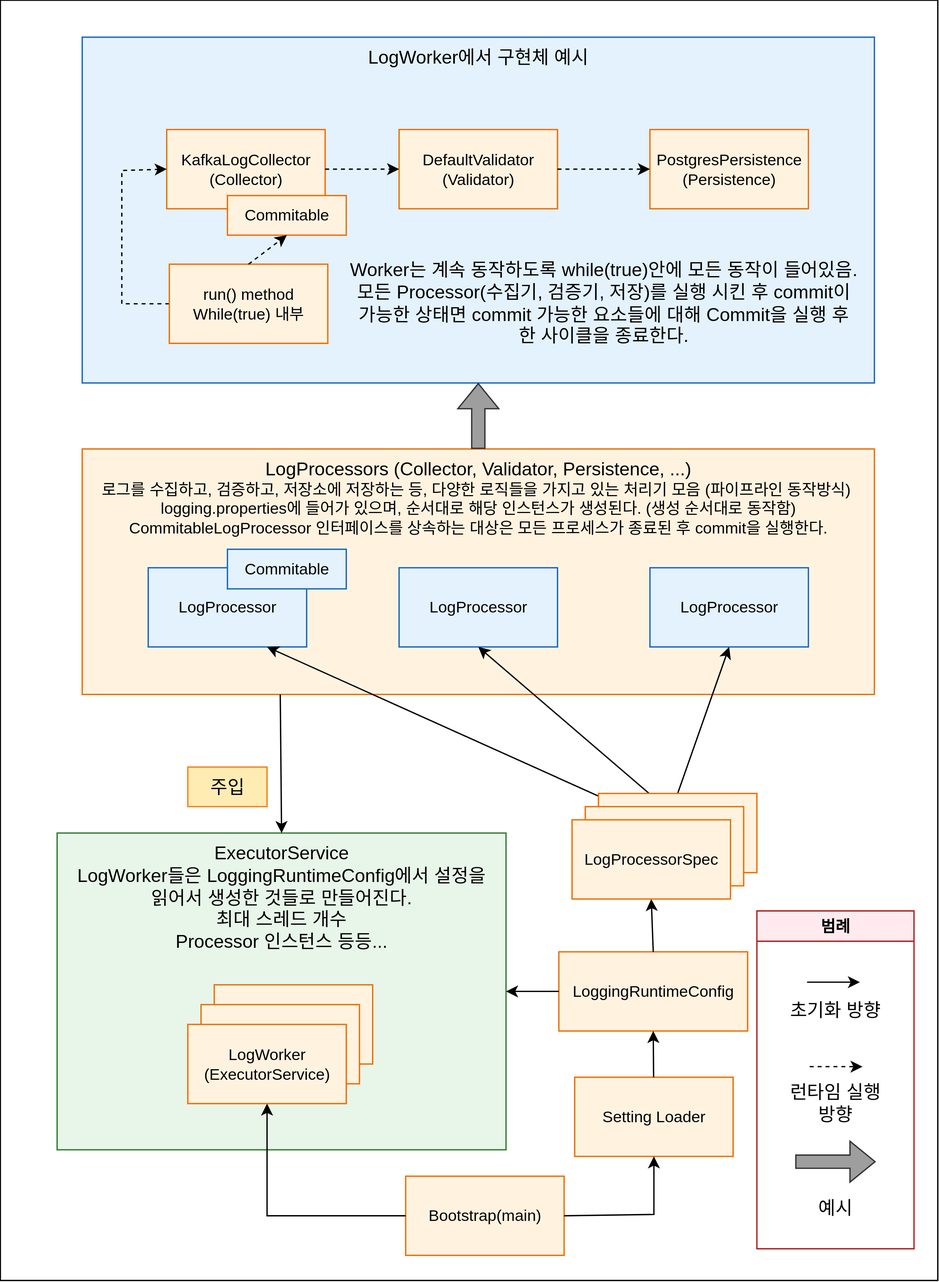
Above: docs/02. operational_docs/guide/development/logging-service/images/LoggingService구성도.drawio.svg in rihee1214/logstream-alert-system (draw.io), before the change. Source tidied: cells renumbered, new cells last; positions are measured from the earlier drawing's top-left corner, leaving out a move shared by most shapes.
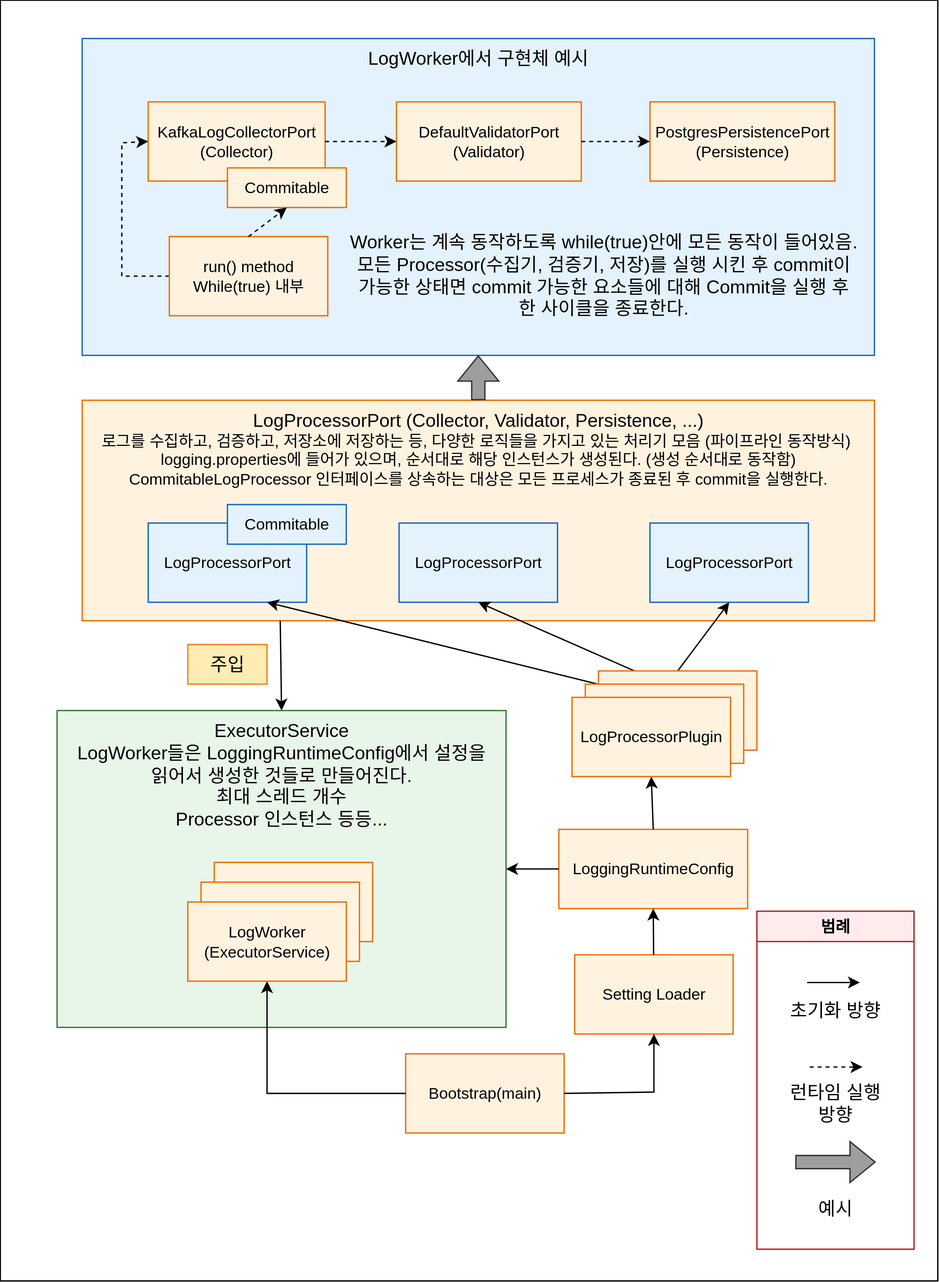
The same diagram one commit later.

Change to the diagram source:
```diff
@@ -6,33 +6,33 @@
       <mxGeometry width="710" height="970" as="geometry" />
     </mxCell>
     <mxCell id="3" value="&lt;font style=&quot;font-size: 14px;&quot;&gt;ExecutorService&lt;/font&gt;&lt;div&gt;&lt;font style=&quot;font-size: 14px;&quot;&gt;LogWorker들은 LoggingRuntimeConfig에서 설정을&lt;/font&gt;&lt;/div&gt;&lt;div&gt;&lt;font style=&quot;font-size: 14px;&quot;&gt;읽어서 생성한 것들로 만들어진다.&lt;br&gt;최대 스레드 개수&lt;br&gt;Processor 인스턴스 등등...&lt;/font&gt;&lt;/div&gt;" style="rounded=0;whiteSpace=wrap;html=1;verticalAlign=top;fontColor=light-dark(#000000,#000000);fillColor=light-dark(#E8F5E9,#E8F5E9);strokeColor=light-dark(#2E7D32,#2E7D32);" parent="1" vertex="1">
-      <mxGeometry x="43" y="631" width="340" height="240" as="geometry" />
+      <mxGeometry x="43" y="538" width="340" height="240" as="geometry" />
     </mxCell>
-    <mxCell id="4" value="&lt;font&gt;&lt;font style=&quot;&quot;&gt;&lt;font style=&quot;font-size: 14px;&quot;&gt;LogProcessors (Collector, Validator, Persistence, ...)&lt;/font&gt;&lt;br&gt;로그를 수집하고, 검증하고, 저장소에 저장하는 등, 다양한 로직들을 가지고 있는 처리기 모음&amp;nbsp;&lt;/font&gt;&lt;span style=&quot;background-color: transparent;&quot;&gt;(파이프라인 동작방식)&amp;nbsp;&lt;/span&gt;&lt;/font&gt;&lt;div&gt;&lt;font&gt;logging.properties에 들어가 있으며, 순서대로 해당 인스턴스가 생성된다.&amp;nbsp;&lt;/font&gt;&lt;span style=&quot;background-color: transparent;&quot;&gt;(생성 순서대로 동작함)&lt;/span&gt;&lt;/div&gt;&lt;div&gt;&lt;font&gt;CommitableLogProcessor 인터페이스를 상속하는 대상은 모든 프로세스가 종료된 후 commit을 실행한다.&lt;/font&gt;&lt;/div&gt;" style="rounded=0;whiteSpace=wrap;html=1;verticalAlign=top;fontColor=light-dark(#000000,#000000);fillColor=light-dark(#FFF3E0,#FFF3E0);strokeColor=light-dark(#EF6C00,#EF6C00);" parent="1" vertex="1">
-      <mxGeometry x="62" y="340" width="600" height="186" as="geometry" />
+    <mxCell id="4" value="&lt;font&gt;&lt;font style=&quot;&quot;&gt;&lt;font style=&quot;font-size: 14px;&quot;&gt;LogProcessorPort (Collector, Validator, Persistence, ...)&lt;/font&gt;&lt;br&gt;로그를 수집하고, 검증하고, 저장소에 저장하는 등, 다양한 로직들을 가지고 있는 처리기 모음&amp;nbsp;&lt;/font&gt;&lt;span style=&quot;background-color: transparent;&quot;&gt;(파이프라인 동작방식)&amp;nbsp;&lt;/span&gt;&lt;/font&gt;&lt;div&gt;&lt;font&gt;logging.properties에 들어가 있으며, 순서대로 해당 인스턴스가 생성된다.&amp;nbsp;&lt;/font&gt;&lt;span style=&quot;background-color: transparent;&quot;&gt;(생성 순서대로 동작함)&lt;/span&gt;&lt;/div&gt;&lt;div&gt;&lt;font&gt;CommitableLogProcessor 인터페이스를 상속하는 대상은 모든 프로세스가 종료된 후 commit을 실행한다.&lt;/font&gt;&lt;/div&gt;" style="rounded=0;whiteSpace=wrap;html=1;verticalAlign=top;fontColor=light-dark(#000000,#000000);fillColor=light-dark(#FFF3E0,#FFF3E0);strokeColor=light-dark(#EF6C00,#EF6C00);" parent="1" vertex="1">
+      <mxGeometry x="62" y="303" width="600" height="167" as="geometry" />
     </mxCell>
     <mxCell id="5" value="Bootstrap(main)" style="rounded=0;whiteSpace=wrap;html=1;fontColor=light-dark(#000000,#000000);fillColor=light-dark(#FFF3E0,#FFF3E0);strokeColor=light-dark(#EF6C00,#EF6C00);" parent="1" vertex="1">
-      <mxGeometry x="307" y="891" width="120" height="60" as="geometry" />
+      <mxGeometry x="307" y="798" width="120" height="60" as="geometry" />
     </mxCell>
     <mxCell id="6" value="Setting Loader" style="rounded=0;whiteSpace=wrap;html=1;fontColor=light-dark(#000000,#000000);fillColor=light-dark(#FFF3E0,#FFF3E0);strokeColor=light-dark(#EF6C00,#EF6C00);" parent="1" vertex="1">
-      <mxGeometry x="435" y="816" width="120" height="60" as="geometry" />
+      <mxGeometry x="435" y="723" width="120" height="60" as="geometry" />
     </mxCell>
     <mxCell id="7" style="endArrow=classic;html=1;rounded=0;exitX=1;exitY=0.5;exitDx=0;exitDy=0;entryX=0.5;entryY=1;entryDx=0;entryDy=0;fontColor=light-dark(#000000,#000000);strokeColor=light-dark(#000000,#000000);" parent="1" edge="1" source="5" target="6">
       <mxGeometry relative="1" as="geometry">
         <Array as="points">
-          <mxPoint x="495" y="920" />
+          <mxPoint x="495" y="827" />
         </Array>
       </mxGeometry>
     </mxCell>
     <mxCell id="8" style="endArrow=classic;html=1;rounded=0;entryX=0.5;entryY=1;entryDx=0;entryDy=0;exitX=0;exitY=0.5;exitDx=0;exitDy=0;fontColor=light-dark(#000000,#000000);strokeColor=light-dark(#000000,#000000);" parent="1" edge="1" source="5" target="44">
       <mxGeometry relative="1" as="geometry">
         <Array as="points">
-          <mxPoint x="202" y="921" />
+          <mxPoint x="202" y="828" />
         </Array>
       </mxGeometry>
     </mxCell>
     <mxCell id="9" value="LoggingRuntimeConfig" style="rounded=0;whiteSpace=wrap;html=1;fontColor=light-dark(#000000,#000000);fillColor=light-dark(#FFF3E0,#FFF3E0);strokeColor=light-dark(#EF6C00,#EF6C00);" parent="1" vertex="1">
-      <mxGeometry x="423" y="721" width="143" height="60" as="geometry" />
+      <mxGeometry x="423" y="628" width="143" height="60" as="geometry" />
     </mxCell>
     <mxCell id="10" style="endArrow=classic;html=1;rounded=0;entryX=0.5;entryY=1;entryDx=0;entryDy=0;fontColor=light-dark(#000000,#000000);strokeColor=light-dark(#000000,#000000);" parent="1" edge="1" source="6" target="9">
       <mxGeometry relative="1" as="geometry" />
@@ -40,14 +40,14 @@
     <mxCell id="11" style="endArrow=classic;html=1;rounded=0;entryX=0.5;entryY=1;entryDx=0;entryDy=0;exitX=0.5;exitY=0;exitDx=0;exitDy=0;fontColor=light-dark(#000000,#000000);strokeColor=light-dark(#000000,#000000);" parent="1" edge="1" source="9" target="47">
       <mxGeometry relative="1" as="geometry" />
     </mxCell>
-    <mxCell id="12" value="LogProcessor" style="rounded=0;whiteSpace=wrap;html=1;fontColor=light-dark(#000000,#000000);fillColor=light-dark(#E3F2FD,#E3F2FD);strokeColor=light-dark(#1565C0,#1565C0);" parent="1" vertex="1">
-      <mxGeometry x="492" y="430" width="120" height="60" as="geometry" />
+    <mxCell id="12" value="LogProcessorPort" style="rounded=0;whiteSpace=wrap;html=1;fontColor=light-dark(#000000,#000000);fillColor=light-dark(#E3F2FD,#E3F2FD);strokeColor=light-dark(#1565C0,#1565C0);" parent="1" vertex="1">
+      <mxGeometry x="492" y="396" width="120" height="60" as="geometry" />
     </mxCell>
-    <mxCell id="13" value="LogProcessor" style="rounded=0;whiteSpace=wrap;html=1;fontColor=light-dark(#000000,#000000);fillColor=light-dark(#E3F2FD,#E3F2FD);strokeColor=light-dark(#1565C0,#1565C0);" parent="1" vertex="1">
-      <mxGeometry x="302" y="430" width="120" height="60" as="geometry" />
+    <mxCell id="13" value="LogProcessorPort" style="rounded=0;whiteSpace=wrap;html=1;fontColor=light-dark(#000000,#000000);fillColor=light-dark(#E3F2FD,#E3F2FD);strokeColor=light-dark(#1565C0,#1565C0);" parent="1" vertex="1">
+      <mxGeometry x="302" y="396" width="120" height="60" as="geometry" />
     </mxCell>
-    <mxCell id="14" value="LogProcessor" style="rounded=0;whiteSpace=wrap;html=1;fontColor=light-dark(#000000,#000000);fillColor=light-dark(#E3F2FD,#E3F2FD);strokeColor=light-dark(#1565C0,#1565C0);" parent="1" vertex="1">
-      <mxGeometry x="112" y="430" width="120" height="60" as="geometry" />
+    <mxCell id="14" value="LogProcessorPort" style="rounded=0;whiteSpace=wrap;html=1;fontColor=light-dark(#000000,#000000);fillColor=light-dark(#E3F2FD,#E3F2FD);strokeColor=light-dark(#1565C0,#1565C0);" parent="1" vertex="1">
+      <mxGeometry x="112" y="396" width="120" height="60" as="geometry" />
     </mxCell>
     <mxCell id="15" style="endArrow=classic;html=1;rounded=0;entryX=0.5;entryY=1;entryDx=0;entryDy=0;exitX=0.5;exitY=0;exitDx=0;exitDy=0;fontColor=light-dark(#000000,#000000);strokeColor=light-dark(#000000,#000000);" parent="1" edge="1" source="45" target="12">
       <mxGeometry relative="1" as="geometry" />
@@ -65,22 +65,22 @@
       <mxGeometry relative="1" as="geometry" />
     </mxCell>
     <mxCell id="20" value="Commitable" style="rounded=0;whiteSpace=wrap;html=1;fontColor=light-dark(#000000,#000000);strokeColor=light-dark(#1565C0,#1565C0);fillColor=light-dark(#E3F2FD,#E3F2FD);" parent="1" vertex="1">
-      <mxGeometry x="172" y="416" width="90" height="30" as="geometry" />
+      <mxGeometry x="172" y="382" width="90" height="30" as="geometry" />
     </mxCell>
     <mxCell id="21" value="&lt;font style=&quot;font-size: 14px;&quot;&gt;LogWorker에서 구현체 예시&lt;/font&gt;" style="rounded=0;whiteSpace=wrap;html=1;verticalAlign=top;fontColor=light-dark(#000000,#000000);fillColor=light-dark(#E3F2FD,#E3F2FD);strokeColor=light-dark(#1565C0,#1565C0);" parent="1" vertex="1">
-      <mxGeometry x="62" y="28" width="600" height="262" as="geometry" />
+      <mxGeometry x="62" y="29" width="600" height="240" as="geometry" />
     </mxCell>
-    <mxCell id="22" value="&lt;div&gt;&lt;span style=&quot;background-color: transparent;&quot;&gt;KafkaLogCollector&lt;/span&gt;&lt;/div&gt;&lt;div&gt;(Collector)&lt;span style=&quot;background-color: transparent;&quot;&gt;&lt;/span&gt;&lt;/div&gt;" style="rounded=0;whiteSpace=wrap;html=1;fillColor=light-dark(#FFF3E0,#FFF3E0);strokeColor=light-dark(#EF6C00,#EF6C00);fontColor=light-dark(#000000,#000000);" parent="1" vertex="1">
-      <mxGeometry x="126" y="98" width="120" height="60" as="geometry" />
+    <mxCell id="22" value="&lt;div&gt;&lt;span style=&quot;background-color: transparent;&quot;&gt;KafkaLogCollectorPort&lt;/span&gt;&lt;/div&gt;&lt;div&gt;(Collector)&lt;span style=&quot;background-color: transparent;&quot;&gt;&lt;/span&gt;&lt;/div&gt;" style="rounded=0;whiteSpace=wrap;html=1;fillColor=light-dark(#FFF3E0,#FFF3E0);strokeColor=light-dark(#EF6C00,#EF6C00);fontColor=light-dark(#000000,#000000);" parent="1" vertex="1">
+      <mxGeometry x="112" y="77" width="134" height="60" as="geometry" />
     </mxCell>
-    <mxCell id="23" value="DefaultValidator&lt;div&gt;(Validator)&lt;/div&gt;" style="rounded=0;whiteSpace=wrap;html=1;fillColor=light-dark(#FFF3E0,#FFF3E0);strokeColor=light-dark(#EF6C00,#EF6C00);fontColor=light-dark(#000000,#000000);" parent="1" vertex="1">
-      <mxGeometry x="302" y="98" width="120" height="60" as="geometry" />
+    <mxCell id="23" value="DefaultValidatorPort&lt;div&gt;(Validator)&lt;/div&gt;" style="rounded=0;whiteSpace=wrap;html=1;fillColor=light-dark(#FFF3E0,#FFF3E0);strokeColor=light-dark(#EF6C00,#EF6C00);fontColor=light-dark(#000000,#000000);" parent="1" vertex="1">
+      <mxGeometry x="300" y="77" width="140" height="60" as="geometry" />
     </mxCell>
-    <mxCell id="24" value="PostgresPersistence&lt;div&gt;(Persistence)&lt;/div&gt;" style="rounded=0;whiteSpace=wrap;html=1;fillColor=light-dark(#FFF3E0,#FFF3E0);strokeColor=light-dark(#EF6C00,#EF6C00);fontColor=light-dark(#000000,#000000);" parent="1" vertex="1">
-      <mxGeometry x="492" y="98" width="120" height="60" as="geometry" />
+    <mxCell id="24" value="PostgresPersistencePort&lt;div&gt;(Persistence)&lt;/div&gt;" style="rounded=0;whiteSpace=wrap;html=1;fillColor=light-dark(#FFF3E0,#FFF3E0);strokeColor=light-dark(#EF6C00,#EF6C00);fontColor=light-dark(#000000,#000000);" parent="1" vertex="1">
+      <mxGeometry x="492" y="77" width="140" height="60" as="geometry" />
     </mxCell>
     <mxCell id="25" value="Commitable" style="rounded=0;whiteSpace=wrap;html=1;fillColor=light-dark(#FFF3E0,#FFF3E0);strokeColor=light-dark(#EF6C00,#EF6C00);fontColor=light-dark(#000000,#000000);" parent="1" vertex="1">
-      <mxGeometry x="172" y="148" width="90" height="30" as="geometry" />
+      <mxGeometry x="172" y="127" width="90" height="30" as="geometry" />
     </mxCell>
     <mxCell id="26" style="endArrow=classic;html=1;rounded=0;entryX=0;entryY=0.5;entryDx=0;entryDy=0;exitX=1;exitY=0.5;exitDx=0;exitDy=0;dashed=1;fontColor=light-dark(#000000,#000000);strokeColor=light-dark(#000000,#000000);" parent="1" edge="1" source="22" target="23">
       <mxGeometry relative="1" as="geometry" />
@@ -94,19 +94,19 @@
     <mxCell id="29" style="endArrow=classic;html=1;rounded=0;entryX=0;entryY=0.5;entryDx=0;entryDy=0;exitX=0;exitY=0.5;exitDx=0;exitDy=0;flowAnimation=0;dashed=1;fontColor=light-dark(#000000,#000000);strokeColor=light-dark(#000000,#000000);" parent="1" edge="1" source="30" target="22">
       <mxGeometry relative="1" as="geometry">
         <Array as="points">
-          <mxPoint x="92" y="230" />
-          <mxPoint x="92" y="129" />
+          <mxPoint x="92" y="209" />
+          <mxPoint x="92" y="108" />
         </Array>
       </mxGeometry>
     </mxCell>
     <mxCell id="30" value="run() method&lt;div&gt;While(true) 내부&lt;/div&gt;" style="rounded=0;whiteSpace=wrap;html=1;fillColor=light-dark(#FFF3E0,#FFF3E0);strokeColor=light-dark(#EF6C00,#EF6C00);fontColor=light-dark(#000000,#000000);" parent="1" vertex="1">
-      <mxGeometry x="128" y="200" width="120" height="60" as="geometry" />
+      <mxGeometry x="128" y="179" width="120" height="60" as="geometry" />
     </mxCell>
     <mxCell id="31" style="endArrow=classic;html=1;rounded=0;exitX=0.5;exitY=0;exitDx=0;exitDy=0;dashed=1;entryX=0.5;entryY=1;entryDx=0;entryDy=0;fontColor=light-dark(#000000,#000000);strokeColor=light-dark(#000000,#000000);" parent="1" edge="1" source="30" target="25">
       <mxGeometry relative="1" as="geometry" />
     </mxCell>
     <mxCell id="32" value="&lt;font style=&quot;font-size: 14px;&quot;&gt;Worker는 계속 동작하도록 while(true)안에 모든 동작이 들어있음.&lt;br&gt;모든 Processor(수집기, 검증기, 저장)를 실행 시킨 후 commit이 가능한 상태면 commit 가능한 요소들에 대해 Commit을 실행 후 한 사이클을 종료한다.&lt;/font&gt;" style="text;html=1;align=center;verticalAlign=middle;whiteSpace=wrap;rounded=0;fontColor=light-dark(#000000,#000000);" parent="1" vertex="1">
-      <mxGeometry x="262" y="200" width="390" height="58" as="geometry" />
+      <mxGeometry x="262" y="179" width="390" height="58" as="geometry" />
     </mxCell>
     <mxCell id="33" value="범례" style="swimlane;whiteSpace=wrap;html=1;fontColor=light-dark(#000000,#000000);fillColor=light-dark(#FFEBEE,#FFEBEE);strokeColor=light-dark(#B71C1C,#B71C1C);" parent="1" vertex="1">
       <mxGeometry x="573" y="690" width="119" height="256" as="geometry" />
@@ -139,10 +139,10 @@
       <mxGeometry x="597" y="900" width="71" height="30" as="geometry" />
     </mxCell>
     <mxCell id="40" value="주입" style="text;html=1;align=center;verticalAlign=middle;whiteSpace=wrap;rounded=0;fontColor=light-dark(#000000,#000000);fontSize=14;fillColor=light-dark(#FFECB3,#FFECB3);strokeColor=light-dark(#F57F17,#F57F17);" parent="1" vertex="1">
-      <mxGeometry x="142" y="581" width="60" height="30" as="geometry" />
+      <mxGeometry x="142" y="488" width="60" height="30" as="geometry" />
     </mxCell>
     <mxCell id="41" style="group;fontColor=light-dark(#000000,#000000);" parent="1" vertex="1">
-      <mxGeometry x="142" y="746" width="140" height="90" as="geometry" />
+      <mxGeometry x="142" y="653" width="140" height="90" as="geometry" />
     </mxCell>
     <mxCell id="42" value="LogWorker&lt;span style=&quot;font-family: monospace; font-size: 0px; text-align: start; text-wrap-mode: nowrap;&quot;&gt;%3CmxGraphModel%3E%3Croot%3E%3CmxCell%20id%3D%220%22%2F%3E%3CmxCell%20id%3D%221%22%20parent%3D%220%22%2F%3E%3CmxCell%20id%3D%222%22%20value%3D%22Bootstrap(main)%22%20style%3D%22rounded%3D0%3BwhiteSpace%3Dwrap%3Bhtml%3D1%3B%22%20vertex%3D%221%22%20parent%3D%221%22%3E%3CmxGeometry%20x%3D%22365%22%20y%3D%22650%22%20width%3D%22120%22%20height%3D%2260%22%20as%3D%22geometry%22%2F%3E%3C%2FmxCell%3E%3C%2Froot%3E%3C%2FmxGraphModel%3E&lt;/span&gt;" style="rounded=0;whiteSpace=wrap;html=1;fontColor=light-dark(#000000,#000000);fillColor=light-dark(#FFF3E0,#FFF3E0);strokeColor=light-dark(#EF6C00,#EF6C00);" parent="41" vertex="1">
       <mxGeometry x="20" width="120" height="60" as="geometry" />
@@ -154,13 +154,13 @@
       <mxGeometry y="30" width="120" height="60" as="geometry" />
     </mxCell>
     <mxCell id="45" value="LogProcessorSpec" style="rounded=0;whiteSpace=wrap;html=1;fontColor=light-dark(#000000,#000000);fillColor=light-dark(#FFF3E0,#FFF3E0);strokeColor=light-dark(#EF6C00,#EF6C00);" parent="1" vertex="1">
-      <mxGeometry x="453" y="601" width="120" height="60" as="geometry" />
+      <mxGeometry x="453" y="508" width="120" height="60" as="geometry" />
     </mxCell>
     <mxCell id="46" value="LogProcessorSpec" style="rounded=0;whiteSpace=wrap;html=1;fontColor=light-dark(#000000,#000000);fillColor=light-dark(#FFF3E0,#FFF3E0);strokeColor=light-dark(#EF6C00,#EF6C00);" parent="1" vertex="1">
-      <mxGeometry x="443" y="611" width="120" height="60" as="geometry" />
+      <mxGeometry x="443" y="518" width="120" height="60" as="geometry" />
     </mxCell>
-    <mxCell id="47" value="LogProcessorSpec" style="rounded=0;whiteSpace=wrap;html=1;fontColor=light-dark(#000000,#000000);fillColor=light-dark(#FFF3E0,#FFF3E0);strokeColor=light-dark(#EF6C00,#EF6C00);" parent="1" vertex="1">
-      <mxGeometry x="433" y="621" width="120" height="60" as="geometry" />
+    <mxCell id="47" value="LogProcessorPlugin" style="rounded=0;whiteSpace=wrap;html=1;fontColor=light-dark(#000000,#000000);fillColor=light-dark(#FFF3E0,#FFF3E0);strokeColor=light-dark(#EF6C00,#EF6C00);" parent="1" vertex="1">
+      <mxGeometry x="433" y="528" width="120" height="60" as="geometry" />
     </mxCell>
   </root>
 </mxGraphModel>
```
